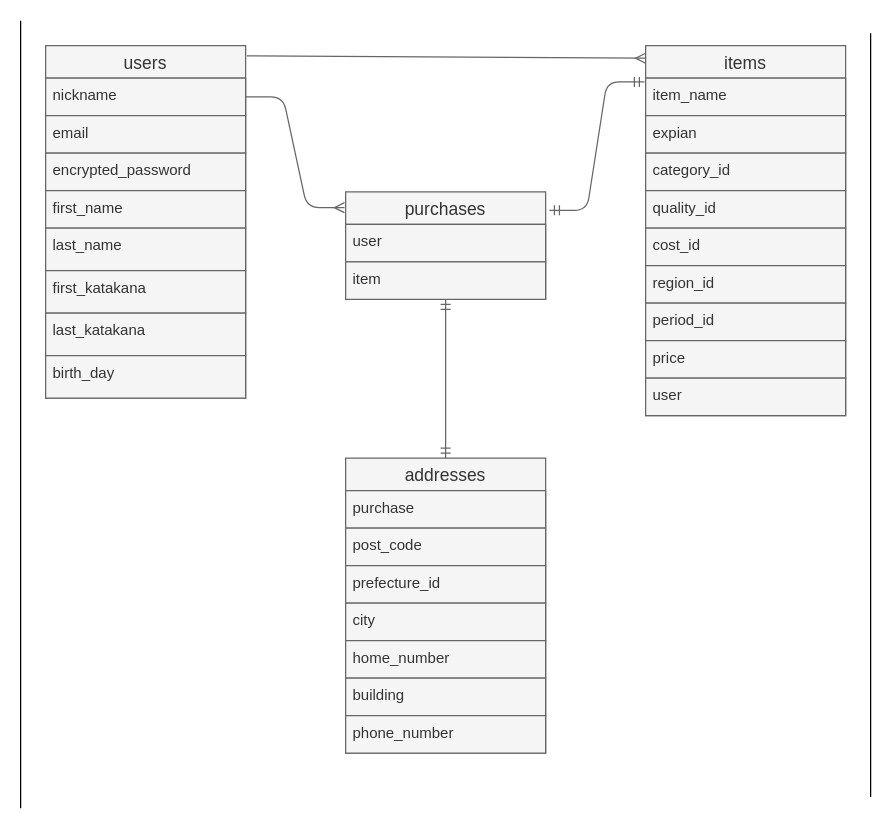
watsontaka/furima-39491 keeps this draw.io diagram as .dio. Above is the earlier version. Source tidied: cells renumbered, new cells numbered last; positions are measured from the earlier drawing's top-left corner, leaving out a move shared by most shapes. Both pictures are drawn from the tidied source at 125%, with x=0, y=0 at pixel (20, 20).
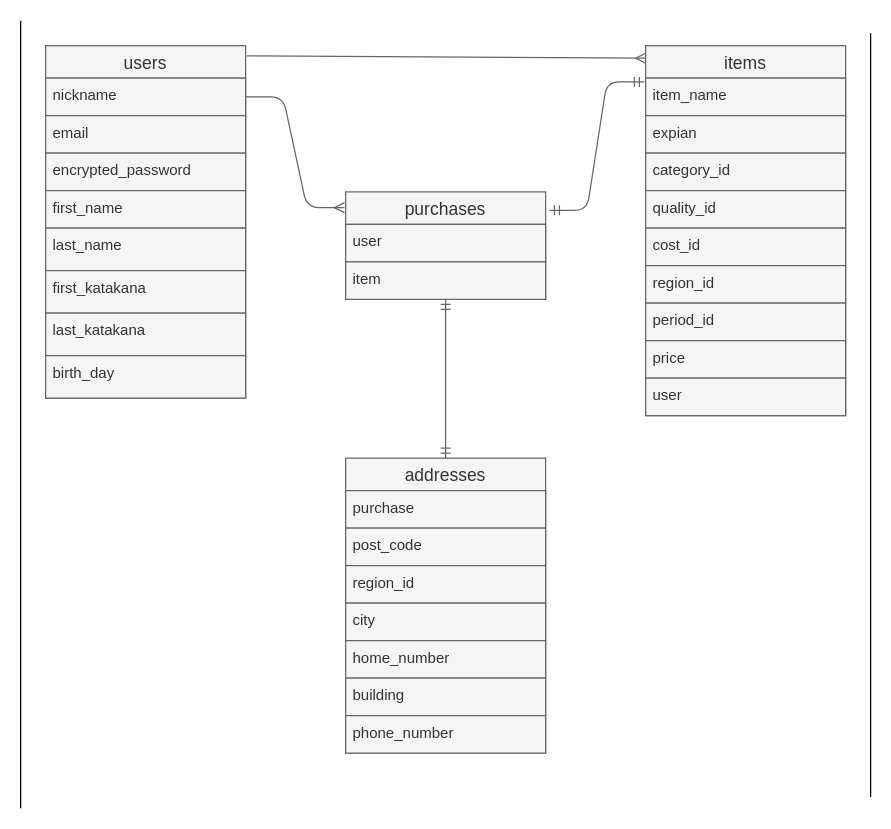
Above is the later version.

Commit message (it also covers changes not shown here):
データベース設計　修正　２回目

Unchanged cells that the change refers to:
```xml
<mxCell id="24" value="addresses" style="swimlane;fontStyle=0;horizontal=1;startSize=26;align=center;fontSize=14;fillColor=#f5f5f5;fontColor=#333333;strokeColor=#666666;" parent="1" vertex="1">
  <mxGeometry x="260" y="350" width="160" height="236" as="geometry" />
</mxCell>
```

Change to the diagram source:
```diff
@@
-    <mxCell id="27" value="prefecture_id" style="text;strokeColor=#666666;fillColor=#f5f5f5;spacingLeft=4;spacingRight=4;overflow=hidden;fontSize=12;fontColor=#333333;" parent="24" vertex="1">
+    <mxCell id="27" value="region_id" style="text;strokeColor=#666666;fillColor=#f5f5f5;spacingLeft=4;spacingRight=4;overflow=hidden;fontSize=12;fontColor=#333333;" parent="24" vertex="1">
       <mxGeometry y="86" width="160" height="30" as="geometry" />
     </mxCell>
```
